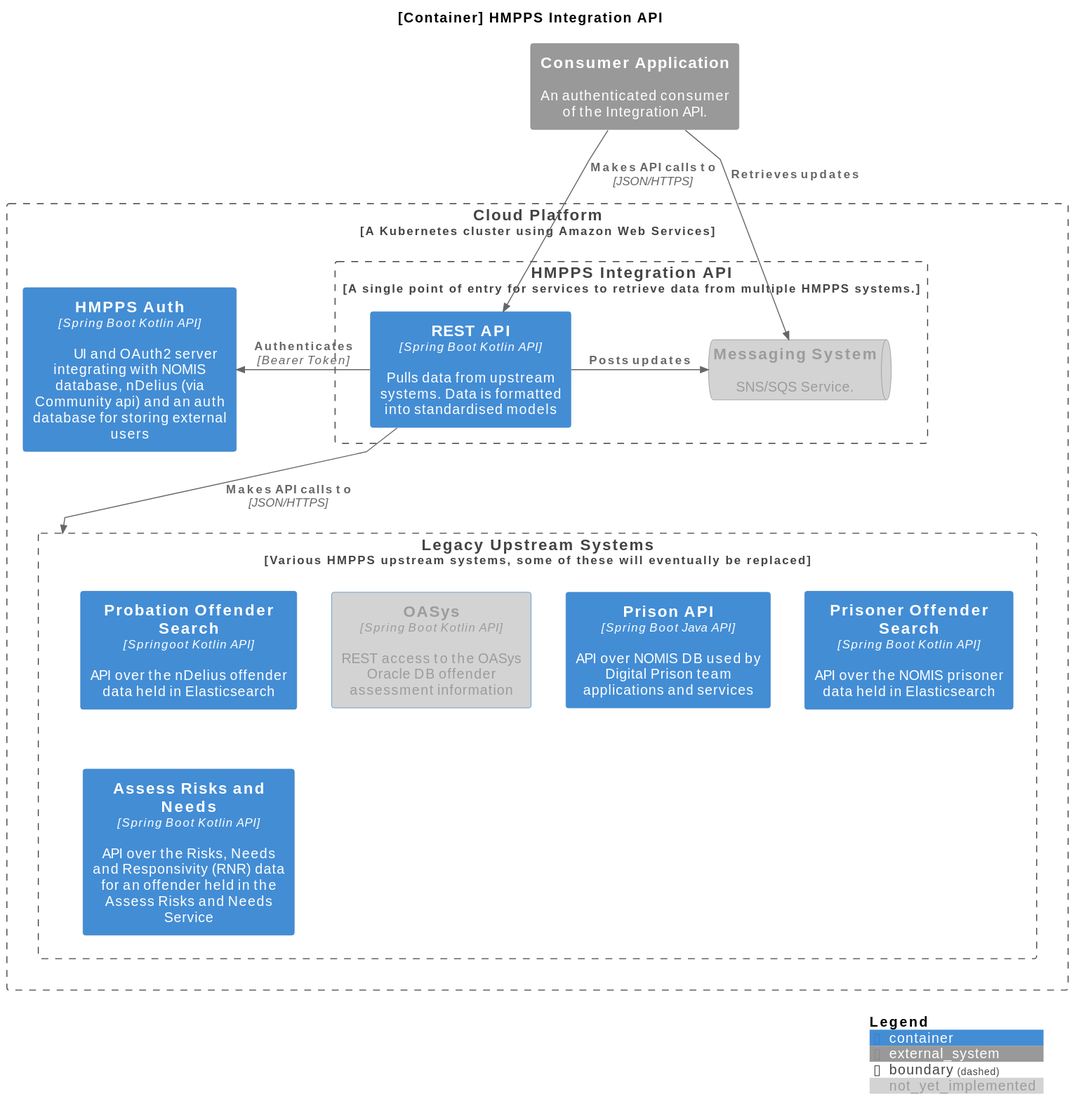
This is docs/diagrams/container.svg from ministryofjustice/hmpps-integration-api, a PlantUML export, as it was before one commit.
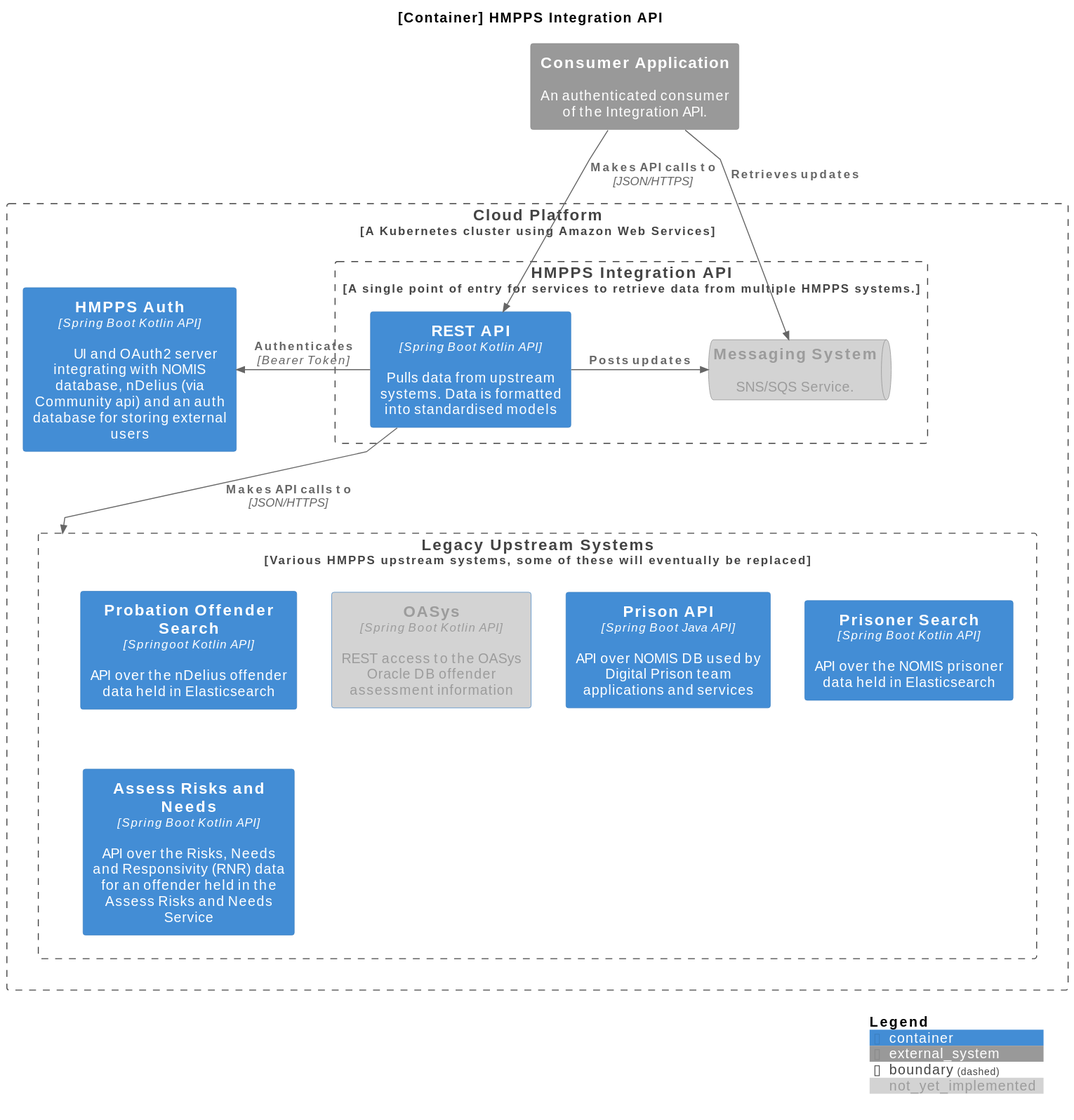
After the commit.

Commit message:
Rename Prisoner Offender Search to Prisoner Search in docs and Docker

Change to the diagram source:
```diff
@@ -20,10 +20,10 @@
     Boundary(upstream, "Legacy Upstream Systems", "Various HMPPS upstream systems, some of these will eventually be replaced"){
         Container(prison_api, "Prison API", "Spring Boot Java API", "API over NOMIS DB used by Digital Prison team applications and services", $link="https://github.com/ministryofjustice/prison-api")
         Container(probation_offender_search, "Probation Offender Search", "Springoot Kotlin API", "API over the nDelius offender data held in Elasticsearch", $link="https://probation-offender-search-dev.hmpps.service.justice.gov.uk/swagger-ui/index.html")
-        Container(prison_offender_search, "Prisoner Offender Search", "Spring Boot Kotlin API", "API over the NOMIS prisoner data held in Elasticsearch", $link="https://github.com/ministryofjustice/prisoner-offender-search")
+        Container(prisoner_search, "Prisoner Search", "Spring Boot Kotlin API", "API over the NOMIS prisoner data held in Elasticsearch", $link="https://github.com/ministryofjustice/hmpps-prisoner-search")
         Container(oasys, "OASys", "Spring Boot Kotlin API", "REST access to the OASys Oracle DB offender assessment information", $link="https://github.com/ministryofjustice/offender-assessments-api-kotlin", $tags="not_yet_implemented")
         Container(oasys_arn, "Assess Risks and Needs", "Spring Boot Kotlin API", "API over the Risks, Needs and Responsivity (RNR) data for an offender held in the Assess Risks and Needs Service", $link="https://github.com/ministryofjustice/hmpps-assess-risks-and-needs")
-        Lay_L(prison_offender_search, prison_api)
+        Lay_L(prisoner_search, prison_api)
     }
 }
 
```
